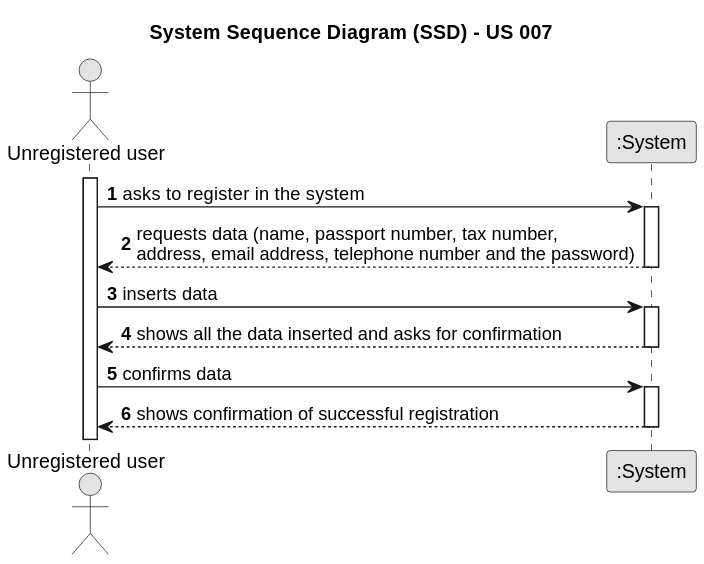
Before: docs/sprintB/us007/01.requirements-engineering/svg/us007-System_Sequence_Diagram__SSD_.svg, a diagram exported from PlantUML (1220812/LAPR2).
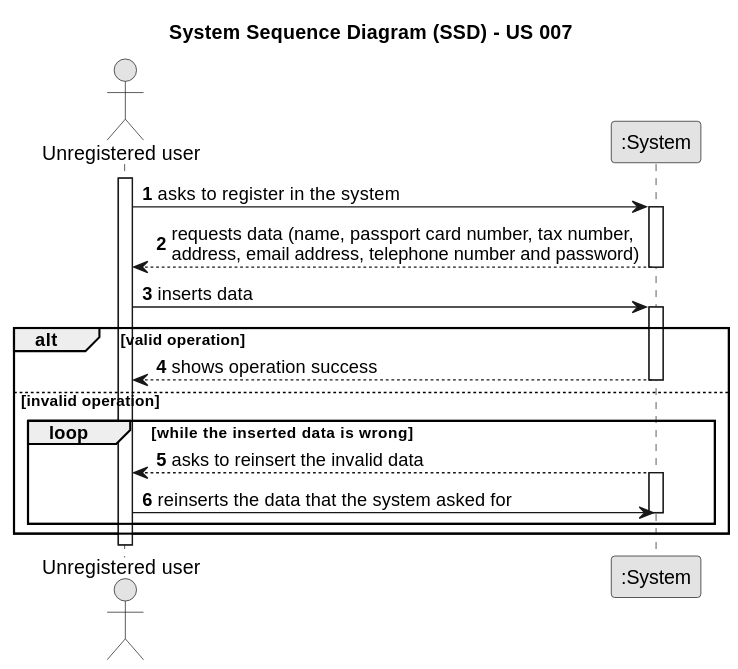
After the commit.

Change to the diagram source:
```diff
@@ -14,18 +14,29 @@
     unregisteredUser -> System : asks to register in the system
     activate System
 
-        System --> unregisteredUser : requests data (name, passport number, tax number, \naddress, email address, telephone number and the password)
+        System --> unregisteredUser : requests data (name, passport card number, tax number, \naddress, email address, telephone number and password)
     deactivate System
 
     unregisteredUser -> System : inserts data
     activate System
+    alt valid operation
 
-    System --> unregisteredUser : shows all the data inserted and asks for confirmation
+    System --> unregisteredUser : shows operation success
     deactivate System
 
-    unregisteredUser -> System : confirms data
+    else invalid operation
+
+    loop while the inserted data is wrong
+
+    System --> unregisteredUser : asks to reinsert the invalid data
     activate System
 
-    System --> unregisteredUser : shows confirmation of successful registration
-        deactivate System
+    unregisteredUser -> System : reinserts the data that the system asked for
+    deactivate System
+
+    end
+
+    end
+
+    deactivate System
 @enduml
```
